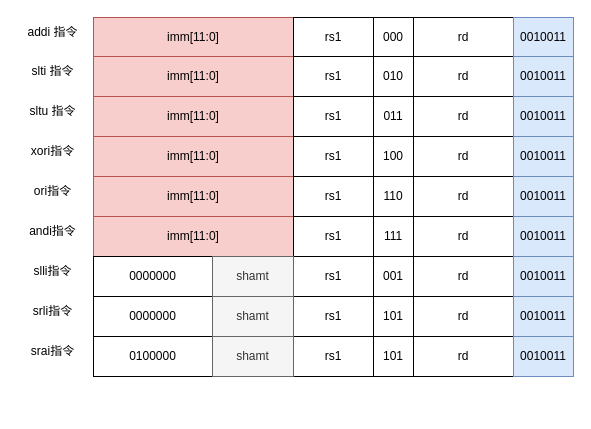
Above: RV32I 算术逻辑指令.drawio in Vinson-001/Blog-flow-chart (draw.io), before the change. Source tidied: cells renumbered, new cells numbered last; positions are measured from the earlier drawing's top-left corner, leaving out a move shared by most shapes. Both pictures are drawn from the tidied source at 100%, with x=0, y=0 at pixel (17, 17).
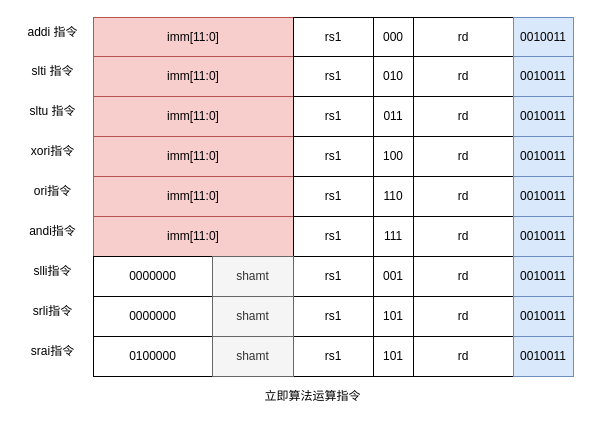
The same page after the edit.

Commit message (it also covers changes not shown here):
更新RV32I 算术逻辑指令.drawio

What changed in the source:
```diff
@@
+    <mxCell id="68" value="立即算法运算指令" style="text;html=1;align=center;verticalAlign=middle;strokeColor=none;fillColor=none;" parent="1" vertex="1">
+      <mxGeometry x="235" y="364" width="120" height="30" as="geometry" />
+    </mxCell>
```
